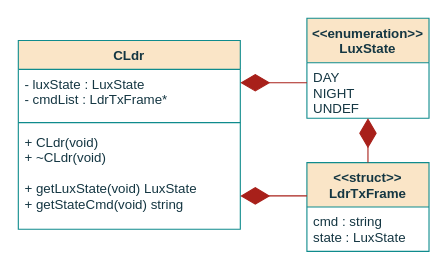
Earlier version of the draw.io diagram page "class" (1 of 3) of documentation/flowcharts/02Classes/CLdr.drawio (ESRGgroup9/slipad). Source tidied: cells renumbered, new cells numbered last; positions are measured from the earlier drawing's top-left corner, leaving out a move shared by most shapes. Both pictures are drawn from the tidied source at 111%, with x=0, y=0 at pixel (18, 18).
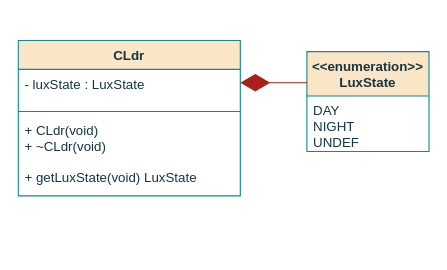
After the change.

The edit, as a diff of the source:
```diff
@@
 <mxGraphModel>
   <root>
     <mxCell id="0" />
     <mxCell id="1" parent="0" />
     <mxCell id="2" value="CLdr" style="swimlane;fontStyle=1;align=center;verticalAlign=top;horizontal=1;startSize=26;fillColor=#FAE5C7;strokeColor=#0F8B8D;fontColor=#143642;" parent="1" vertex="1">
-      <mxGeometry y="20" width="200" height="170" as="geometry" />
+      <mxGeometry y="20" width="200" height="140" as="geometry" />
     </mxCell>
-    <mxCell id="3" value="- luxState : LuxState&#10;- cmdList : LdrTxFrame*&#10; " style="text;strokeColor=none;fillColor=none;align=left;verticalAlign=top;spacingLeft=4;spacingRight=4;overflow=hidden;fontColor=#143642;" parent="2" vertex="1">
-      <mxGeometry y="26" width="200" height="44" as="geometry" />
+    <mxCell id="3" value="- luxState : LuxState&#10;&#10; " style="text;strokeColor=none;fillColor=none;align=left;verticalAlign=top;spacingLeft=4;spacingRight=4;overflow=hidden;fontColor=#143642;" parent="2" vertex="1">
+      <mxGeometry y="26" width="200" height="34" as="geometry" />
     </mxCell>
     <mxCell id="4" style="line;strokeWidth=1;fillColor=none;align=left;verticalAlign=middle;spacingTop=-1;spacingLeft=3;spacingRight=3;labelPosition=right;labelBackgroundColor=#DAD2D8;strokeColor=#0F8B8D;fontColor=#143642;" parent="2" vertex="1">
-      <mxGeometry y="70" width="200" height="8" as="geometry" />
+      <mxGeometry y="60" width="200" height="8" as="geometry" />
     </mxCell>
-    <mxCell id="5" value="+ CLdr(void)&#10;+ ~CLdr(void)&#10;&#10;+ getLuxState(void) LuxState&#10;+ getStateCmd(void) string&#10;&#10;&#10;&#10;" style="text;strokeColor=none;fillColor=none;align=left;verticalAlign=top;spacingLeft=4;spacingRight=4;overflow=hidden;fontColor=#143642;spacing=2;fontStyle=0;" parent="2" vertex="1">
-      <mxGeometry y="78" width="200" height="92" as="geometry" />
+    <mxCell id="5" value="+ CLdr(void)&#10;+ ~CLdr(void)&#10;&#10;+ getLuxState(void) LuxState&#10;&#10;&#10;&#10;" style="text;strokeColor=none;fillColor=none;align=left;verticalAlign=top;spacingLeft=4;spacingRight=4;overflow=hidden;fontColor=#143642;spacing=2;fontStyle=0;" parent="2" vertex="1">
+      <mxGeometry y="68" width="200" height="72" as="geometry" />
     </mxCell>
     <mxCell id="6" value="&lt;&lt;enumeration&gt;&gt;&#10;LuxState&#10;" style="swimlane;fontStyle=1;align=center;verticalAlign=top;horizontal=1;startSize=40;fillColor=#FAE5C7;strokeColor=#0F8B8D;fontColor=#143642;" parent="1" vertex="1">
-      <mxGeometry x="260" width="110" height="90" as="geometry" />
+      <mxGeometry x="260" y="30" width="110" height="90" as="geometry" />
     </mxCell>
     <mxCell id="7" value="DAY&#10;NIGHT&#10;UNDEF&#10;&#10;" style="text;strokeColor=none;fillColor=none;align=left;verticalAlign=top;spacingLeft=4;spacingRight=4;overflow=hidden;points=[[0,0.5],[1,0.5]];portConstraint=eastwest;fontColor=#143642;" parent="6" vertex="1">
       <mxGeometry y="40" width="110" height="50" as="geometry" />
     </mxCell>
-    <mxCell id="8" value="&lt;&lt;struct&gt;&gt;&#10;LdrTxFrame&#10;" style="swimlane;fontStyle=1;align=center;verticalAlign=top;horizontal=1;startSize=40;fillColor=#FAE5C7;strokeColor=#0F8B8D;fontColor=#143642;" parent="1" vertex="1">
-      <mxGeometry x="260" y="130" width="110" height="80" as="geometry" />
-    </mxCell>
-    <mxCell id="9" value="cmd : string&#10;state : LuxState &#10;" style="text;strokeColor=none;fillColor=none;align=left;verticalAlign=top;spacingLeft=4;spacingRight=4;overflow=hidden;fontColor=#143642;" parent="8" vertex="1">
-      <mxGeometry y="40" width="110" height="40" as="geometry" />
-    </mxCell>
     <mxCell id="10" style="endArrow=diamondThin;endFill=1;endSize=24;html=1;rounded=0;sketch=0;fontColor=#143642;strokeColor=#A8201A;fillColor=#FAE5C7;" parent="1" edge="1">
       <mxGeometry relative="1" as="geometry">
         <mxPoint x="260" y="58" as="sourcePoint" />
         <mxPoint x="200" y="58" as="targetPoint" />
       </mxGeometry>
     </mxCell>
-    <mxCell id="11" style="endArrow=diamondThin;endFill=1;endSize=24;html=1;rounded=0;sketch=0;fontColor=#143642;strokeColor=#A8201A;fillColor=#FAE5C7;exitX=0.5;exitY=0;exitDx=0;exitDy=0;" parent="1" edge="1" source="8" target="7">
-      <mxGeometry relative="1" as="geometry" />
-    </mxCell>
-    <mxCell id="12" style="endArrow=diamondThin;endFill=1;endSize=24;html=1;rounded=0;sketch=0;fontColor=#143642;strokeColor=#A8201A;fillColor=#FAE5C7;" parent="1" edge="1">
-      <mxGeometry relative="1" as="geometry">
-        <mxPoint x="260" y="160" as="sourcePoint" />
-        <mxPoint x="200" y="160" as="targetPoint" />
-      </mxGeometry>
-    </mxCell>
   </root>
 </mxGraphModel>
```
